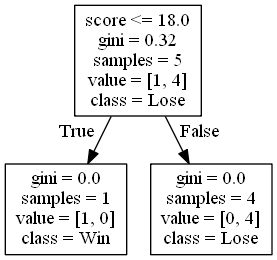
alexana-steck/CSE482Project keeps this Graphviz diagram as DecisionTrees/Pac-12decision_tree_with_score0.png. Above is the earlier version. Its source is kept beside it as DecisionTrees/Pac-12decision_tree_with_score0.dot.
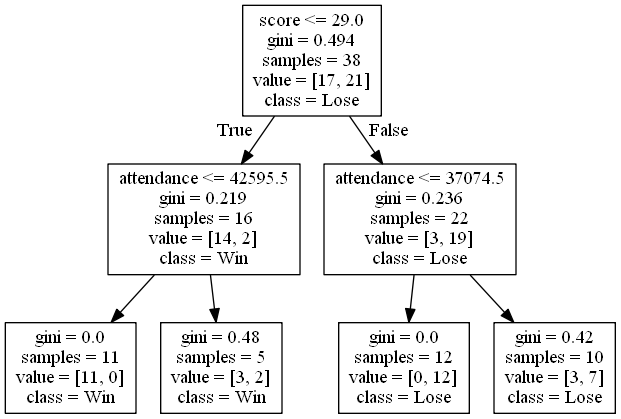
After the commit.

The edit, as a diff of the source:
```diff
@@ -1,8 +1,16 @@
 digraph Tree {
 node [shape=box] ;
-0 [label="score <= 18.0\ngini = 0.32\nsamples = 5\nvalue = [1, 4]\nclass = Lose"] ;
-1 [label="gini = 0.0\nsamples = 1\nvalue = [1, 0]\nclass = Win"] ;
+0 [label="score <= 29.0\ngini = 0.494\nsamples = 38\nvalue = [17, 21]\nclass = Lose"] ;
+1 [label="attendance <= 42595.5\ngini = 0.219\nsamples = 16\nvalue = [14, 2]\nclass = Win"] ;
 0 -> 1 [labeldistance=2.5, labelangle=45, headlabel="True"] ;
-2 [label="gini = 0.0\nsamples = 4\nvalue = [0, 4]\nclass = Lose"] ;
-0 -> 2 [labeldistance=2.5, labelangle=-45, headlabel="False"] ;
+2 [label="gini = 0.0\nsamples = 11\nvalue = [11, 0]\nclass = Win"] ;
+1 -> 2 ;
+3 [label="gini = 0.48\nsamples = 5\nvalue = [3, 2]\nclass = Win"] ;
+1 -> 3 ;
+4 [label="attendance <= 37074.5\ngini = 0.236\nsamples = 22\nvalue = [3, 19]\nclass = Lose"] ;
+0 -> 4 [labeldistance=2.5, labelangle=-45, headlabel="False"] ;
+5 [label="gini = 0.0\nsamples = 12\nvalue = [0, 12]\nclass = Lose"] ;
+4 -> 5 ;
+6 [label="gini = 0.42\nsamples = 10\nvalue = [3, 7]\nclass = Lose"] ;
+4 -> 6 ;
 }
```
